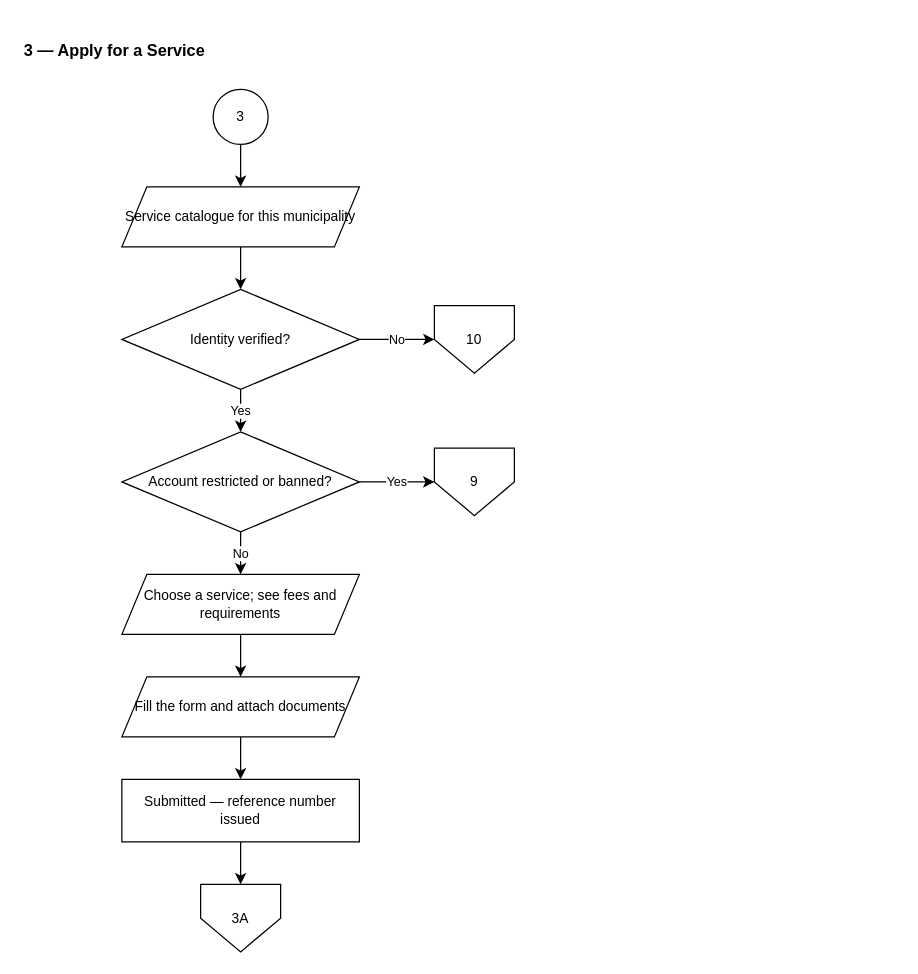
This is page "3 — Apply for a Service" (5 of 17) of Docs/Flowcharts/drawio/01-Citizen-App.drawio from MellowLaw/AGAPP, a draw.io file, before an edit. Source tidied: cells renumbered, new cells numbered last; positions are measured from the earlier drawing's top-left corner, leaving out a move shared by most shapes. Both pictures are drawn from the tidied source at 125%, with x=0, y=0 at pixel (21, 34).
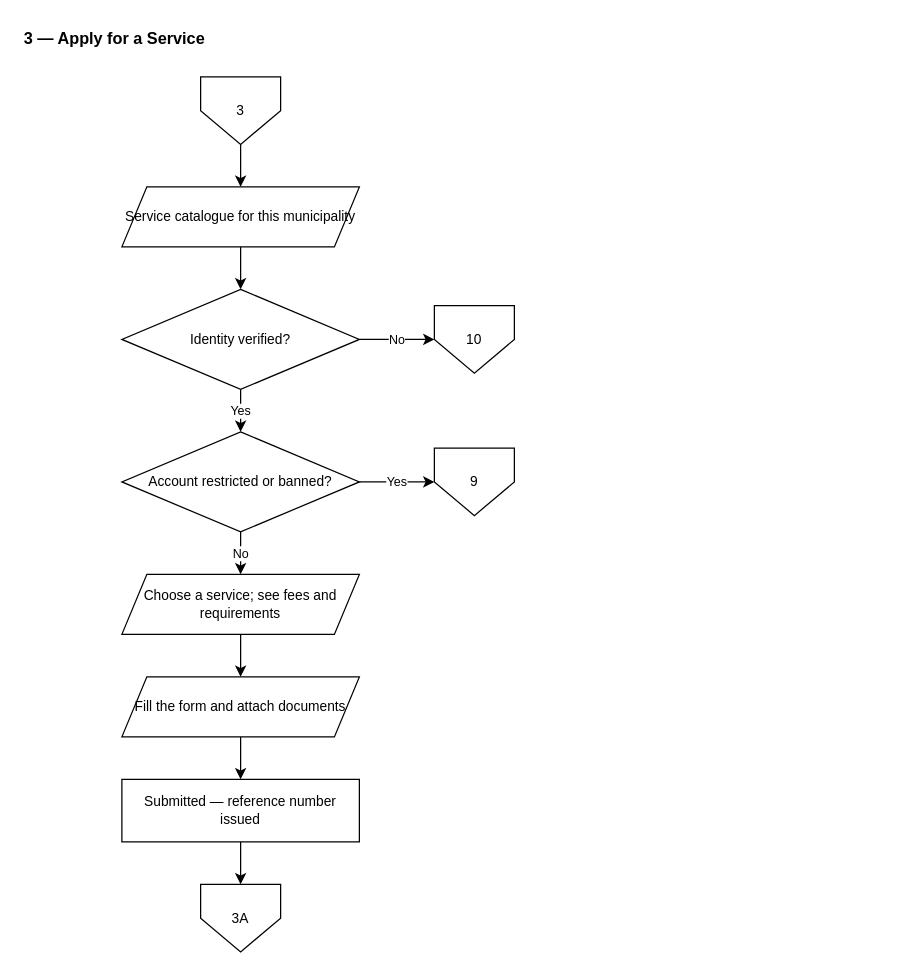
Above is the later version.

The edit, as a diff of the source:
```diff
@@
     <mxCell id="2" value="3 — Apply for a Service" style="text;html=1;align=left;verticalAlign=middle;strokeColor=none;fillColor=none;fontSize=13;fontStyle=1;fontColor=#000000;" parent="1" vertex="1">
-      <mxGeometry width="700" height="26" as="geometry" />
+      <mxGeometry y="-10" width="700" height="26" as="geometry" />
     </mxCell>
-    <mxCell id="3" value="3" style="ellipse;whiteSpace=wrap;html=1;fillColor=#FFFFFF;strokeColor=#000000;fontColor=#000000;fontSize=11;" parent="1" vertex="1">
-      <mxGeometry x="153" y="44" width="44" height="44" as="geometry" />
+    <mxCell id="3" value="3" style="shape=offPageConnector;whiteSpace=wrap;html=1;size=0.5;fillColor=#FFFFFF;strokeColor=#000000;fontColor=#000000;fontSize=11;" parent="1" vertex="1">
+      <mxGeometry x="143" y="34" width="64" height="54" as="geometry" />
     </mxCell>
```
